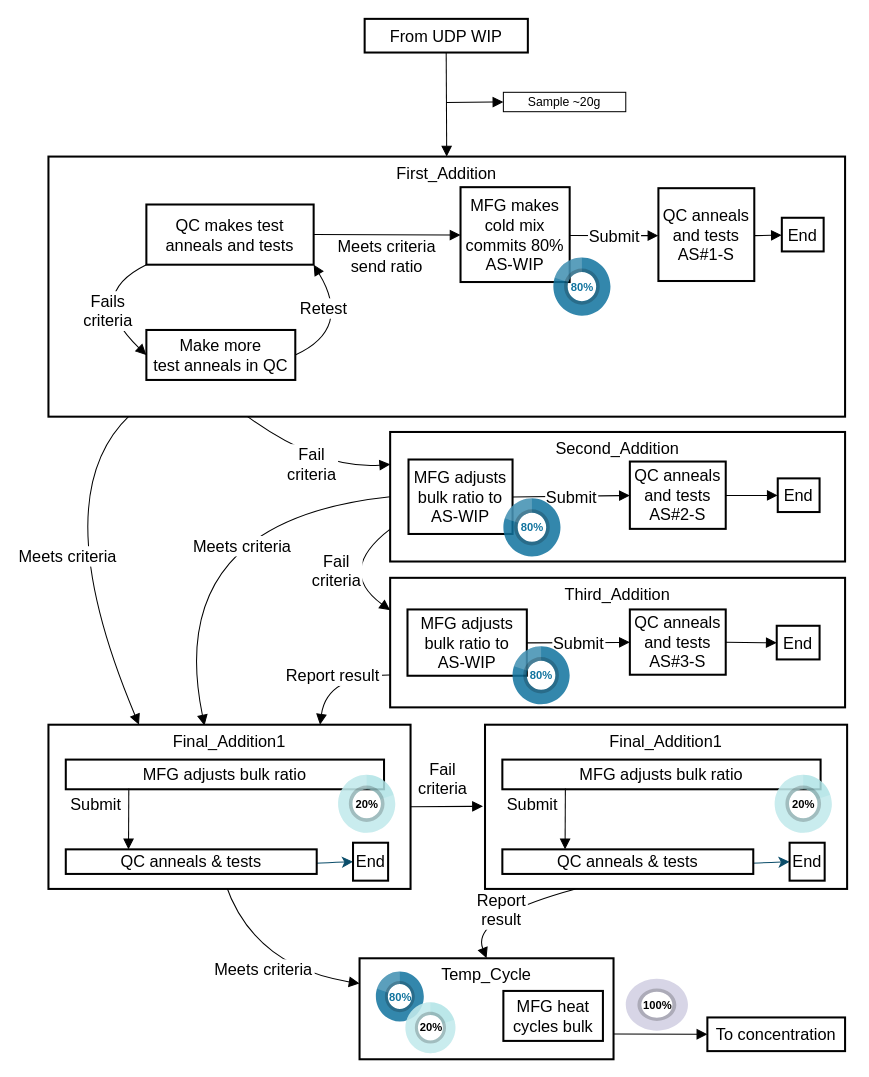
The draw.io diagram Flows.drawio in jeffspc88mx/MiscStuff, before the edit. Source tidied: cells renumbered, new cells numbered last; positions are measured from the earlier drawing's top-left corner, leaving out a move shared by most shapes. Both pictures are drawn from the tidied source at 102%, with x=0, y=0 at pixel (43, 18).
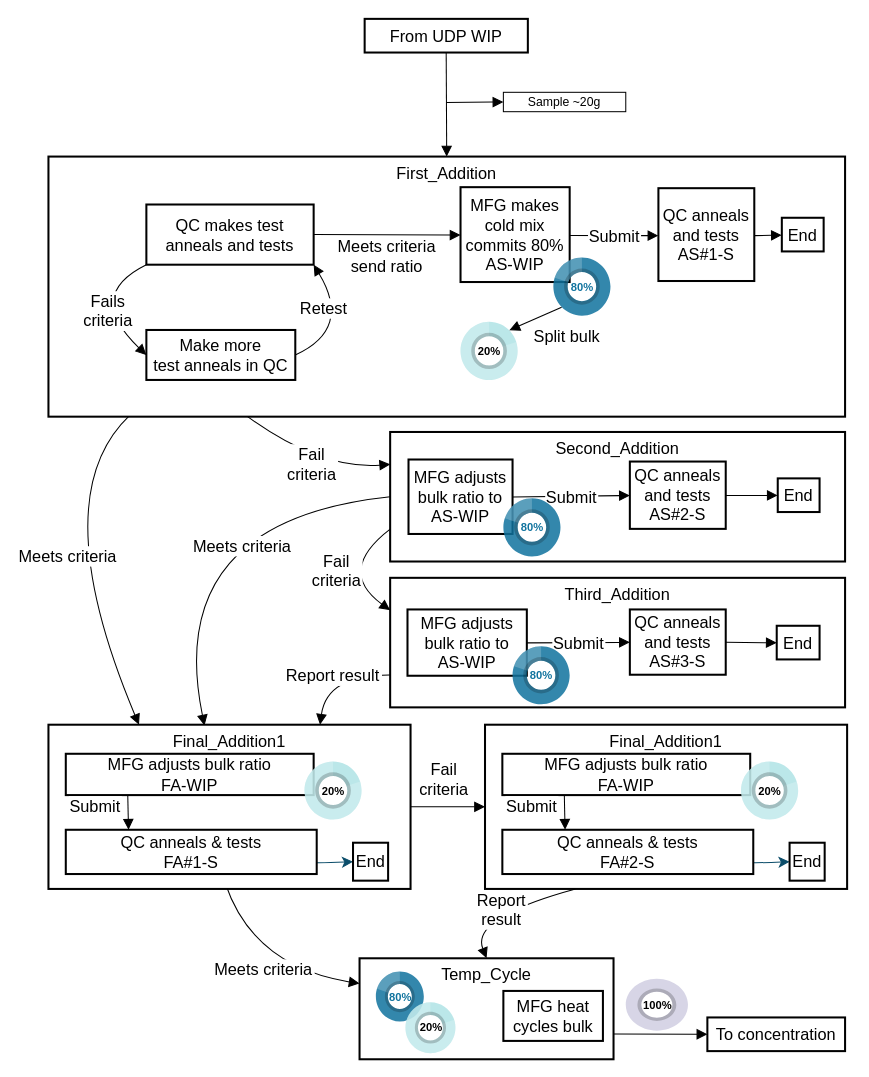
The same page after the edit.

The change refers to these unchanged cells:
```xml
<mxCell id="2" value="Temp_Cycle" style="whiteSpace=wrap;strokeWidth=2;verticalAlign=top;fontSize=16;" parent="1" vertex="1">
  <mxGeometry x="310" y="921" width="249" height="99" as="geometry" />
</mxCell>
<mxCell id="19" style="group;fontSize=16;" parent="1" vertex="1">
  <mxGeometry x="5" y="135" width="781" height="255" as="geometry" />
</mxCell>
<mxCell id="31" value="80%" style="verticalLabelPosition=middle;verticalAlign=middle;html=1;shape=mxgraph.infographic.partConcEllipse;fillColor=#10739E;strokeColor=default;startAngle=0;endAngle=.8;arcWidth=0.5;fontSize=11;fontColor=#10739E;align=center;fontStyle=1;perimeterSpacing=0;strokeWidth=0;shadow=0;fillOpacity=85;strokeOpacity=0;" parent="19" vertex="1">
  <mxGeometry x="495" y="99" width="56" height="57" as="geometry" />
</mxCell>
<mxCell id="42" style="group;fontSize=16;" parent="1" vertex="1">
  <mxGeometry x="5" y="692" width="360" height="161" as="geometry" />
</mxCell>
<mxCell id="43" value="Final_Addition1" style="whiteSpace=wrap;strokeWidth=2;verticalAlign=top;fontSize=16;" parent="42" vertex="1">
  <mxGeometry width="355" height="161" as="geometry" />
</mxCell>
<mxCell id="55" style="group;fontSize=16;" parent="1" vertex="1">
  <mxGeometry x="433" y="692" width="360" height="161" as="geometry" />
</mxCell>
<mxCell id="56" value="Final_Addition1" style="whiteSpace=wrap;strokeWidth=2;verticalAlign=top;fontSize=16;" parent="55" vertex="1">
  <mxGeometry width="355" height="161" as="geometry" />
</mxCell>
<mxCell id="60" value="End" style="whiteSpace=wrap;strokeWidth=2;fontSize=16;" parent="55" vertex="1">
  <mxGeometry x="298.6" y="115.7" width="34.4" height="37.2" as="geometry" />
</mxCell>
```

The edit, as a diff of the source:
```diff
@@
-    <mxCell id="16" value="Fail&#10;criteria" style="curved=1;startArrow=none;endArrow=block;exitX=1;exitY=0.5;entryX=0;entryY=0.5;rounded=0;fontSize=16;startSize=8;endSize=8;exitDx=0;exitDy=0;entryDx=0;entryDy=0;" parent="1" edge="1" source="43">
-      <mxGeometry x="-0.09" y="28" relative="1" as="geometry">
-        <mxPoint x="431" y="772" as="targetPoint" />
-      </mxGeometry>
+    <mxCell id="16" value="Fail&#10;criteria" style="curved=1;startArrow=none;endArrow=block;exitX=1;exitY=0.5;entryX=0;entryY=0.5;rounded=0;fontSize=16;startSize=8;endSize=8;exitDx=0;exitDy=0;entryDx=0;entryDy=0;" parent="1" edge="1" source="43" target="56">
+      <mxGeometry x="-0.09" y="28" relative="1" as="geometry" />
     </mxCell>
-    <mxCell id="17" value="Report&#10;result" style="curved=1;startArrow=none;endArrow=block;exitX=0.25;exitY=1;entryX=0.5;entryY=0;rounded=0;fontSize=16;startSize=8;endSize=8;exitDx=0;exitDy=0;entryDx=0;entryDy=0;fontColor=default;" parent="1" edge="1" source="56" target="2">
+    <mxCell id="17" value="Report&#10;result" style="curved=1;startArrow=none;endArrow=block;exitX=0.25;exitY=1;entryX=0.5;entryY=0;rounded=0;fontSize=16;startSize=8;endSize=8;exitDx=0;exitDy=0;entryDx=0;entryDy=0;fontColor=default;" parent="1" edge="1" target="2">
       <mxGeometry relative="1" as="geometry">
+        <mxPoint x="521.7" y="853" as="sourcePoint" />
         <Array as="points">
           <mxPoint x="419" y="881" />
         </Array>
       </mxGeometry>
     </mxCell>
@@
+    <mxCell id="64" value="20%" style="verticalLabelPosition=middle;verticalAlign=middle;html=1;shape=mxgraph.infographic.partConcEllipse;fillColor=#b0e3e6;strokeColor=#0e8088;startAngle=0;endAngle=0.20;arcWidth=0.5;fontSize=11;align=center;fontStyle=1;perimeterSpacing=0;strokeWidth=0;shadow=0;fillOpacity=85;strokeOpacity=0;" parent="19" vertex="1">
+      <mxGeometry x="404" y="162" width="56" height="57" as="geometry" />
+    </mxCell>
+    <mxCell id="65" value="Split bulk" style="curved=1;startArrow=none;endArrow=block;exitX=0.145;exitY=0.855;entryX=0.855;entryY=0.145;rounded=0;fontSize=16;startSize=8;endSize=8;horizontal=1;exitDx=0;exitDy=0;exitPerimeter=0;entryDx=0;entryDy=0;entryPerimeter=0;" parent="19" edge="1" source="31" target="64">
+      <mxGeometry x="-0.8" y="27" relative="1" as="geometry" />
+    </mxCell>
@@
-    <mxCell id="45" value="QC anneals &amp; tests" style="whiteSpace=wrap;strokeWidth=2;fontSize=16;" parent="42" vertex="1">
-      <mxGeometry x="17" y="122.2" width="246" height="24.1" as="geometry" />
+    <mxCell id="45" value="QC anneals &amp; tests&#10;FA#1-S" style="whiteSpace=wrap;strokeWidth=2;fontSize=16;" parent="42" vertex="1">
+      <mxGeometry x="17" y="103" width="246" height="43.4" as="geometry" />
     </mxCell>
-    <mxCell id="46" value="MFG adjusts bulk ratio" style="whiteSpace=wrap;strokeWidth=2;fontSize=16;" parent="42" vertex="1">
-      <mxGeometry x="17" y="34.2" width="312" height="29.1" as="geometry" />
+    <mxCell id="46" value="MFG adjusts bulk ratio&#10;FA-WIP" style="whiteSpace=wrap;strokeWidth=2;fontSize=16;" parent="42" vertex="1">
+      <mxGeometry x="17" y="28.5" width="243" height="40.5" as="geometry" />
     </mxCell>
@@
-    <mxCell id="48" value="Submit" style="curved=1;startArrow=none;endArrow=block;entryX=0.25;entryY=0;rounded=0;fontSize=16;startSize=8;endSize=8;entryDx=0;entryDy=0;exitX=0.198;exitY=0.974;exitDx=0;exitDy=0;exitPerimeter=0;" parent="42" edge="1" source="46" target="45">
+    <mxCell id="48" value="Submit" style="curved=1;startArrow=none;endArrow=block;entryX=0.25;entryY=0;rounded=0;fontSize=16;startSize=8;endSize=8;entryDx=0;entryDy=0;exitX=0.25;exitY=1;exitDx=0;exitDy=0;" parent="42" edge="1" source="46" target="45">
       <mxGeometry x="-0.5" y="-32" relative="1" as="geometry" />
     </mxCell>
     <mxCell id="49" value="20%" style="verticalLabelPosition=middle;verticalAlign=middle;html=1;shape=mxgraph.infographic.partConcEllipse;fillColor=#b0e3e6;strokeColor=#0e8088;startAngle=0;endAngle=0.20;arcWidth=0.5;fontSize=11;align=center;fontStyle=1;perimeterSpacing=0;strokeWidth=0;shadow=0;fillOpacity=85;strokeOpacity=0;" parent="42" vertex="1">
-      <mxGeometry x="284" y="49" width="56" height="57" as="geometry" />
+      <mxGeometry x="251" y="36" width="56" height="57" as="geometry" />
     </mxCell>
@@
+    <mxCell id="63" value="100%" style="verticalLabelPosition=middle;verticalAlign=middle;html=1;shape=mxgraph.infographic.partConcEllipse;fillColor=#d0cee2;strokeColor=#56517e;startAngle=0;endAngle=1;arcWidth=0.5;fontSize=11;align=center;fontStyle=1;perimeterSpacing=0;strokeWidth=0;shadow=0;fillOpacity=85;strokeOpacity=0;" parent="1" vertex="1">
+      <mxGeometry x="571" y="941" width="61" height="51" as="geometry" />
+    </mxCell>
@@
-    <mxCell id="57" style="edgeStyle=none;curved=1;rounded=0;jettySize=auto;html=1;exitX=1;exitY=0.5;exitDx=0;exitDy=0;strokeColor=#0B4D6A;fontSize=16;startSize=8;endSize=8;entryX=0;entryY=0.5;entryDx=0;entryDy=0;" parent="55" edge="1" source="58" target="60">
-      <mxGeometry relative="1" as="geometry">
-        <Array as="points">
-          <mxPoint x="214" y="137.9" />
-        </Array>
-      </mxGeometry>
-    </mxCell>
-    <mxCell id="58" value="QC anneals &amp; tests" style="whiteSpace=wrap;strokeWidth=2;fontSize=16;" parent="55" vertex="1">
-      <mxGeometry x="17" y="122.2" width="246" height="24.1" as="geometry" />
-    </mxCell>
-    <mxCell id="59" value="MFG adjusts bulk ratio" style="whiteSpace=wrap;strokeWidth=2;fontSize=16;" parent="55" vertex="1">
-      <mxGeometry x="17" y="34.2" width="312" height="29.1" as="geometry" />
-    </mxCell>
+    <mxCell id="66" style="edgeStyle=none;curved=1;rounded=0;jettySize=auto;html=1;exitX=1;exitY=0.5;exitDx=0;exitDy=0;strokeColor=#0B4D6A;fontSize=16;startSize=8;endSize=8;entryX=0;entryY=0.5;entryDx=0;entryDy=0;" parent="55" edge="1" source="67" target="60">
+      <mxGeometry relative="1" as="geometry">
+        <Array as="points">
+          <mxPoint x="214" y="137.9" />
+        </Array>
+      </mxGeometry>
+    </mxCell>
+    <mxCell id="67" value="QC anneals &amp; tests&#10;FA#2-S" style="whiteSpace=wrap;strokeWidth=2;fontSize=16;" parent="55" vertex="1">
+      <mxGeometry x="17" y="103" width="246" height="43.4" as="geometry" />
+    </mxCell>
+    <mxCell id="68" value="MFG adjusts bulk ratio&#10;FA-WIP" style="whiteSpace=wrap;strokeWidth=2;fontSize=16;" parent="55" vertex="1">
+      <mxGeometry x="17" y="28.5" width="243" height="40.5" as="geometry" />
+    </mxCell>
@@
-    <mxCell id="61" value="Submit" style="curved=1;startArrow=none;endArrow=block;entryX=0.25;entryY=0;rounded=0;fontSize=16;startSize=8;endSize=8;entryDx=0;entryDy=0;exitX=0.198;exitY=0.974;exitDx=0;exitDy=0;exitPerimeter=0;" parent="55" edge="1" source="59" target="58">
+    <mxCell id="61" value="Submit" style="curved=1;startArrow=none;endArrow=block;entryX=0.25;entryY=0;rounded=0;fontSize=16;startSize=8;endSize=8;entryDx=0;entryDy=0;exitX=0.25;exitY=1;exitDx=0;exitDy=0;" parent="55" edge="1" source="68" target="67">
       <mxGeometry x="-0.5" y="-32" relative="1" as="geometry" />
     </mxCell>
-    <mxCell id="62" value="20%" style="verticalLabelPosition=middle;verticalAlign=middle;html=1;shape=mxgraph.infographic.partConcEllipse;fillColor=#b0e3e6;strokeColor=#0e8088;startAngle=0;endAngle=0.20;arcWidth=0.5;fontSize=11;align=center;fontStyle=1;perimeterSpacing=0;strokeWidth=0;shadow=0;fillOpacity=85;strokeOpacity=0;" parent="55" vertex="1">
-      <mxGeometry x="284" y="49" width="56" height="57" as="geometry" />
-    </mxCell>
-    <mxCell id="63" value="100%" style="verticalLabelPosition=middle;verticalAlign=middle;html=1;shape=mxgraph.infographic.partConcEllipse;fillColor=#d0cee2;strokeColor=#56517e;startAngle=0;endAngle=1;arcWidth=0.5;fontSize=11;align=center;fontStyle=1;perimeterSpacing=0;strokeWidth=0;shadow=0;fillOpacity=85;strokeOpacity=0;" parent="1" vertex="1">
-      <mxGeometry x="571" y="941" width="61" height="51" as="geometry" />
-    </mxCell>
+    <mxCell id="69" value="20%" style="verticalLabelPosition=middle;verticalAlign=middle;html=1;shape=mxgraph.infographic.partConcEllipse;fillColor=#b0e3e6;strokeColor=#0e8088;startAngle=0;endAngle=0.20;arcWidth=0.5;fontSize=11;align=center;fontStyle=1;perimeterSpacing=0;strokeWidth=0;shadow=0;fillOpacity=85;strokeOpacity=0;" parent="55" vertex="1">
+      <mxGeometry x="251" y="36" width="56" height="57" as="geometry" />
+    </mxCell>
```
